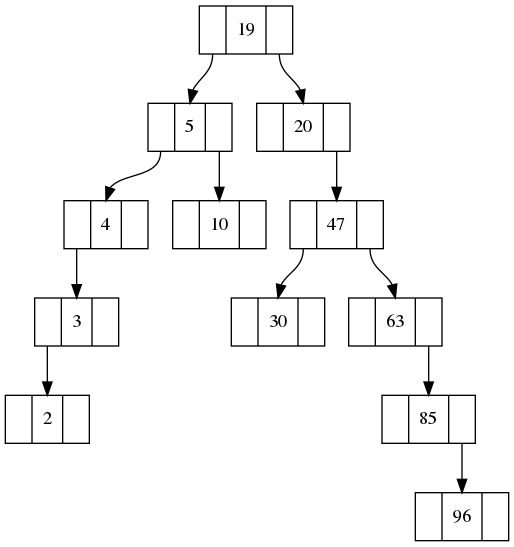
Earlier version of the Graphviz export arbol.png (carlosE17/finaledd). Its source is kept beside it as arbol.dot.
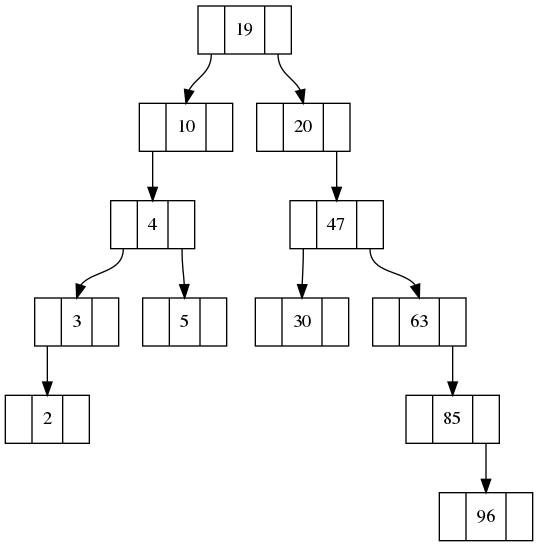
The same file after the commit.

Diff of the diagram source:
```diff
@@ -12,11 +12,11 @@
 node63[ label ="<f0> | <f1>63| <f2> "];
 node85[ label ="<f0> | <f1>85| <f2> "];
 node96[ label ="<f0> | <f1>96| <f2> "];
-"node19":f0->"node5":f1;
-"node5":f0->"node4":f1;
+"node19":f0->"node10":f1;
+"node10":f0->"node4":f1;
+"node4":f2->"node5":f1;
 "node4":f0->"node3":f1;
 "node3":f0->"node2":f1;
-"node5":f2->"node10":f1;
 "node19":f2->"node20":f1;
 "node20":f2->"node47":f1;
 "node47":f2->"node63":f1;
```
